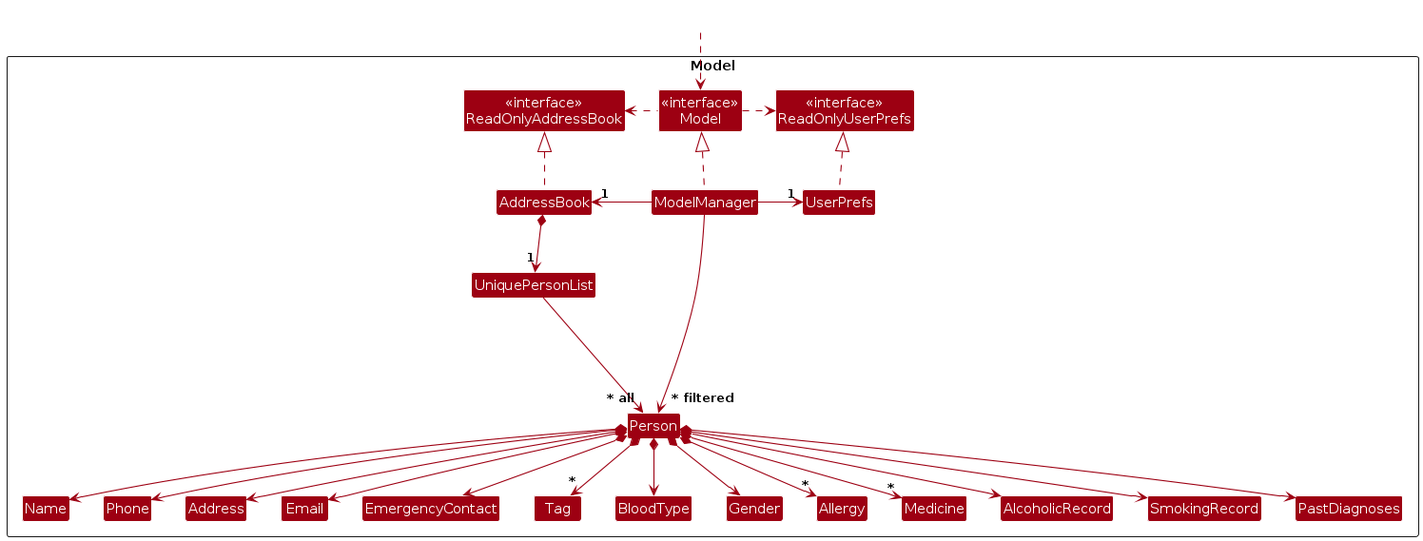
The PlantUML diagram diagrams/ModelClassDiagram.png in bananapielearnsjava/tp, before a commit. Its source is kept beside it as diagrams/ModelClassDiagram.puml.
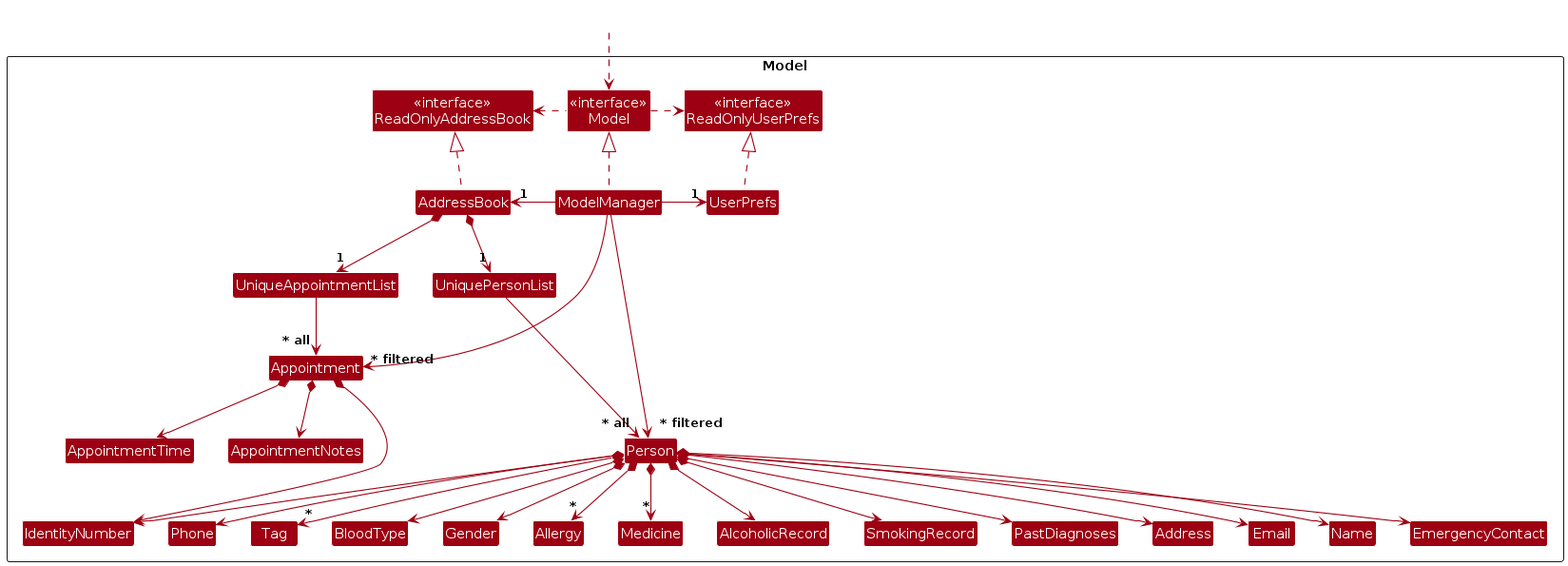
Above is the later version.

Diff of the diagram source:
```diff
@@ -17,6 +17,7 @@
 Class Address
 Class EmergencyContact
 Class Email
+Class IdentityNumber
 Class Name
 Class Phone
 Class Tag
@@ -27,6 +28,10 @@
 Class AlcoholicRecord
 Class SmokingRecord
 Class PastDiagnoses
+Class UniqueAppointmentList
+Class Appointment
+Class AppointmentTime
+Class AppointmentNotes
 
 Class I #FFFFFF
 }
@@ -44,8 +49,11 @@
 UserPrefs .up.|> ReadOnlyUserPrefs
 
 AddressBook *--> "1" UniquePersonList
+AddressBook *--> "1" UniqueAppointmentList
 UniquePersonList --> "~* all" Person
+UniqueAppointmentList --> "~* all" Appointment
 Person *--> Name
+Person *--> IdentityNumber
 Person *--> Phone
 Person *--> Email
 Person *--> Address
@@ -59,6 +67,9 @@
 Person *--> SmokingRecord
 Person *--> PastDiagnoses
 
+Appointment *--> AppointmentTime
+Appointment *--> AppointmentNotes
+Appointment *--> IdentityNumber
 Person -[hidden]up--> I
 UniquePersonList -[hidden]right-> I
 
@@ -67,4 +78,5 @@
 Address -[hidden]right-> Email
 
 ModelManager --> "~* filtered" Person
+ModelManager --> "~* filtered" Appointment
 @enduml
```
